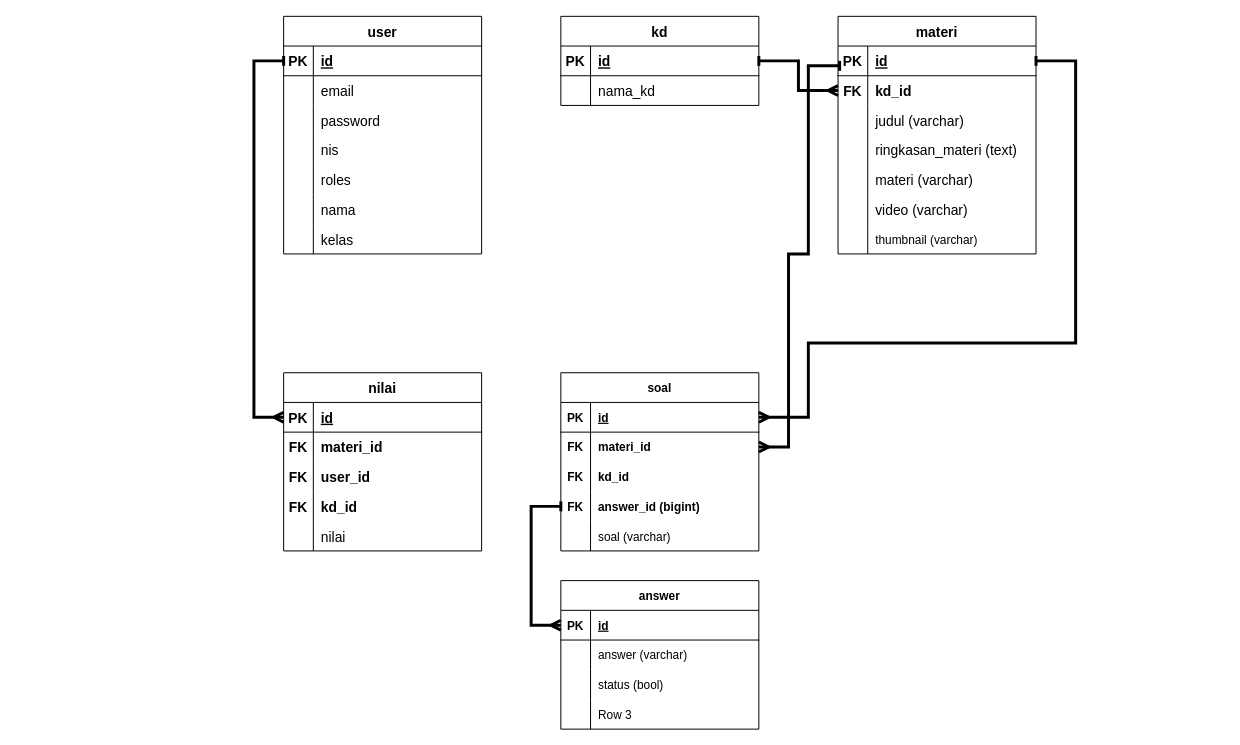
Above: Untitled Diagram.drawio in muhaziz28/Muhaziz28 (draw.io), before the change. Source tidied: cells renumbered, new cells numbered last; positions are measured from the earlier drawing's top-left corner, leaving out a move shared by most shapes. Both pictures are drawn from the tidied source at 99%, with x=0, y=0 at pixel (253, 16).
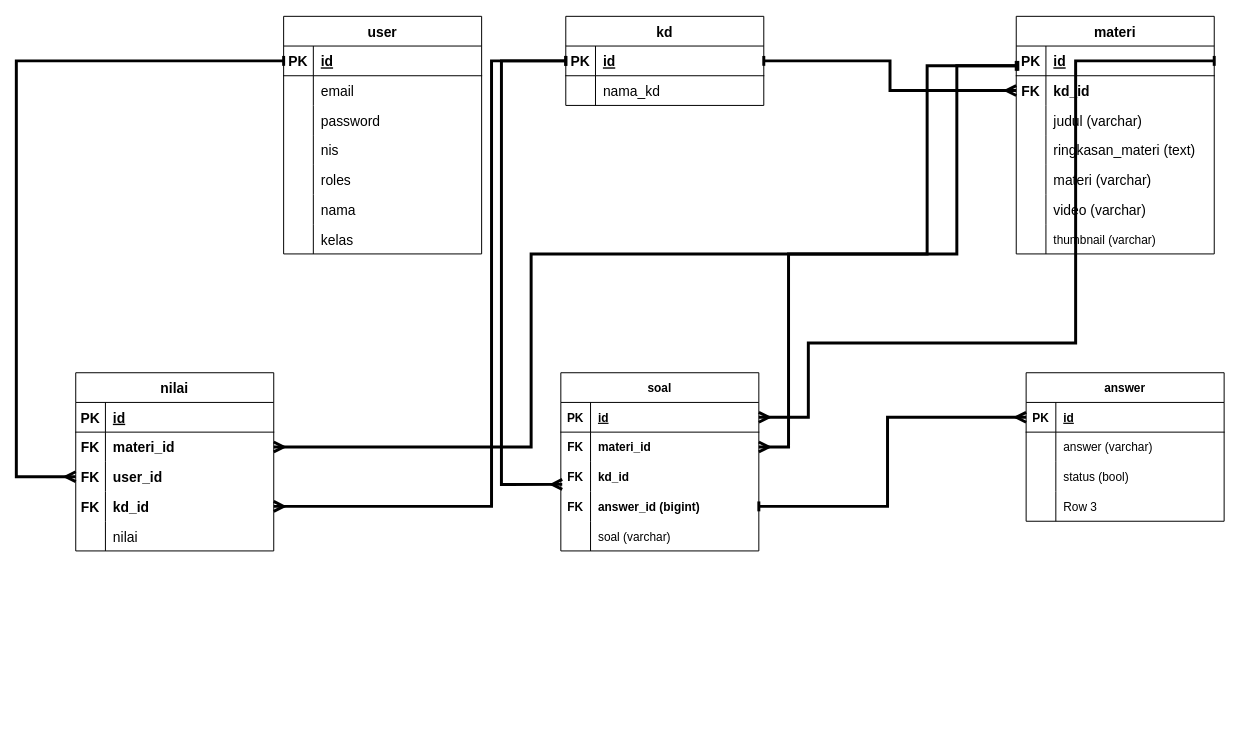
After the change.

The change refers to these unchanged cells:
```xml
<mxCell id="3" style="shape=partialRectangle;fillColor=none;top=0;left=0;bottom=1;right=0;points=[[0,0.5],[1,0.5]];portConstraint=eastwest;fontSize=14;" parent="2" vertex="1">
  <mxGeometry y="30" width="200" height="30" as="geometry" />
</mxCell>
<mxCell id="25" style="shape=partialRectangle;fillColor=none;top=0;left=0;bottom=1;right=0;points=[[0,0.5],[1,0.5]];portConstraint=eastwest;fontSize=14;" parent="24" vertex="1">
  <mxGeometry y="30" width="200" height="30" as="geometry" />
</mxCell>
<mxCell id="32" style="shape=partialRectangle;fillColor=none;top=0;left=0;bottom=1;right=0;points=[[0,0.5],[1,0.5]];portConstraint=eastwest;fontSize=14;" parent="31" vertex="1">
  <mxGeometry y="30" width="200" height="30" as="geometry" />
</mxCell>
<mxCell id="54" style="shape=partialRectangle;fillColor=none;top=0;left=0;bottom=1;right=0;points=[[0,0.5],[1,0.5]];portConstraint=eastwest;fontSize=14;" parent="53" vertex="1">
  <mxGeometry y="30" width="200" height="30" as="geometry" />
</mxCell>
<mxCell id="57" style="shape=partialRectangle;fillColor=none;top=0;left=0;bottom=0;right=0;points=[[0,0.5],[1,0.5]];portConstraint=eastwest;fontSize=14;" parent="53" vertex="1">
  <mxGeometry y="60" width="200" height="30" as="geometry" />
</mxCell>
<mxCell id="60" style="shape=partialRectangle;fillColor=none;top=0;left=0;bottom=0;right=0;points=[[0,0.5],[1,0.5]];portConstraint=eastwest;fontSize=14;" parent="53" vertex="1">
  <mxGeometry y="90" width="200" height="30" as="geometry" />
</mxCell>
<mxCell id="63" style="shape=partialRectangle;fillColor=none;top=0;left=0;bottom=0;right=0;points=[[0,0.5],[1,0.5]];portConstraint=eastwest;fontSize=14;" parent="53" vertex="1">
  <mxGeometry y="120" width="200" height="30" as="geometry" />
</mxCell>
<mxCell id="73" style="shape=tableRow;horizontal=0;startSize=0;swimlaneHead=0;swimlaneBody=0;fillColor=none;points=[[0,0.5],[1,0.5]];portConstraint=eastwest;top=0;left=0;right=0;bottom=0;" parent="69" vertex="1">
  <mxGeometry y="60" width="200" height="30" as="geometry" />
</mxCell>
<mxCell id="76" style="shape=tableRow;horizontal=0;startSize=0;swimlaneHead=0;swimlaneBody=0;fillColor=none;points=[[0,0.5],[1,0.5]];portConstraint=eastwest;top=0;left=0;right=0;bottom=0;fontStyle=1;" parent="69" vertex="1">
  <mxGeometry y="90" width="200" height="30" as="geometry" />
</mxCell>
<mxCell id="79" style="shape=tableRow;horizontal=0;startSize=0;swimlaneHead=0;swimlaneBody=0;fillColor=none;points=[[0,0.5],[1,0.5]];portConstraint=eastwest;top=0;left=0;right=0;bottom=0;fontStyle=0;" parent="69" vertex="1">
  <mxGeometry y="120" width="200" height="30" as="geometry" />
</mxCell>
<mxCell id="86" style="shape=tableRow;horizontal=0;startSize=0;swimlaneHead=0;swimlaneBody=0;fillColor=none;points=[[0,0.5],[1,0.5]];portConstraint=eastwest;top=0;left=0;right=0;bottom=1;" parent="85" vertex="1">
  <mxGeometry y="30" width="200" height="30" as="geometry" />
</mxCell>
```

What changed in the source:
```diff
@@
     <mxCell id="24" value="kd" style="shape=table;startSize=30;childLayout=tableLayout;rowLines=0;fontStyle=1;align=center;fontSize=14;" parent="1" vertex="1">
-      <mxGeometry x="310" width="200" height="90" as="geometry" />
+      <mxGeometry x="315" width="200" height="90" as="geometry" />
     </mxCell>
@@
     <mxCell id="31" value="materi" style="shape=table;startSize=30;childLayout=tableLayout;rowLines=0;fontStyle=1;align=center;fontSize=14;" parent="1" vertex="1">
-      <mxGeometry x="590" width="200" height="240" as="geometry" />
+      <mxGeometry x="770" width="200" height="240" as="geometry" />
     </mxCell>
@@
     <mxCell id="53" value="nilai" style="shape=table;startSize=30;childLayout=tableLayout;rowLines=0;fontStyle=1;align=center;fontSize=14;" parent="1" vertex="1">
-      <mxGeometry x="30" y="360" width="200" height="180" as="geometry" />
+      <mxGeometry x="-180" y="360" width="200" height="180" as="geometry" />
     </mxCell>
@@
     <mxCell id="85" value="answer" style="shape=table;startSize=30;childLayout=tableLayout;rowLines=0;fontStyle=1;align=center;" parent="1" vertex="1">
-      <mxGeometry x="310" y="570" width="200" height="150" as="geometry" />
+      <mxGeometry x="780" y="360" width="200" height="150" as="geometry" />
     </mxCell>
@@
-    <mxCell id="100" style="edgeStyle=orthogonalEdgeStyle;fontSize=12;html=1;endArrow=ERmany;startArrow=baseDash;rounded=0;strokeWidth=3;endFill=0;startFill=0;exitX=0;exitY=0.5;exitDx=0;exitDy=0;" parent="1" edge="1" source="79">
+    <mxCell id="100" style="edgeStyle=orthogonalEdgeStyle;fontSize=12;html=1;endArrow=ERmany;startArrow=baseDash;rounded=0;strokeWidth=3;endFill=0;startFill=0;exitX=1;exitY=0.5;exitDx=0;exitDy=0;entryX=0;entryY=0.5;entryDx=0;entryDy=0;" parent="1" edge="1" source="79" target="86">
       <mxGeometry relative="1" as="geometry">
-        <mxPoint x="310" y="615" as="targetPoint" />
         <Array as="points">
-          <mxPoint x="280" y="495" />
-          <mxPoint x="280" y="615" />
+          <mxPoint x="640" y="495" />
+          <mxPoint x="640" y="405" />
         </Array>
       </mxGeometry>
     </mxCell>
     <mxCell id="101" style="edgeStyle=orthogonalEdgeStyle;fontSize=12;html=1;endArrow=ERmany;startArrow=baseDash;rounded=0;strokeWidth=3;endFill=0;startFill=0;exitX=0.008;exitY=0.667;exitDx=0;exitDy=0;exitPerimeter=0;entryX=1;entryY=0.5;entryDx=0;entryDy=0;" parent="1" edge="1" source="32" target="73">
       <mxGeometry relative="1" as="geometry">
         <Array as="points">
-          <mxPoint x="560" y="50" />
-          <mxPoint x="560" y="240" />
+          <mxPoint x="680" y="50" />
+          <mxPoint x="680" y="240" />
           <mxPoint x="540" y="240" />
           <mxPoint x="540" y="435" />
         </Array>
       </mxGeometry>
     </mxCell>
-    <mxCell id="102" style="edgeStyle=orthogonalEdgeStyle;fontSize=12;html=1;endArrow=ERmany;startArrow=baseDash;rounded=0;strokeWidth=3;endFill=0;startFill=0;exitX=0;exitY=0.5;exitDx=0;exitDy=0;entryX=0;entryY=0.5;entryDx=0;entryDy=0;" parent="1" edge="1" source="3" target="54">
+    <mxCell id="102" style="edgeStyle=orthogonalEdgeStyle;fontSize=12;html=1;endArrow=ERmany;startArrow=baseDash;rounded=0;strokeWidth=3;endFill=0;startFill=0;exitX=0;exitY=0.5;exitDx=0;exitDy=0;entryX=0;entryY=0.5;entryDx=0;entryDy=0;" parent="1" edge="1" source="3" target="60">
       <mxGeometry relative="1" as="geometry">
         <Array as="points">
-          <mxPoint y="45" />
-          <mxPoint y="405" />
+          <mxPoint x="-240" y="45" />
+          <mxPoint x="-240" y="465" />
         </Array>
       </mxGeometry>
     </mxCell>
+    <mxCell id="103" style="edgeStyle=orthogonalEdgeStyle;fontSize=12;html=1;endArrow=ERmany;startArrow=baseDash;rounded=0;strokeWidth=3;endFill=0;startFill=0;entryX=1;entryY=0.5;entryDx=0;entryDy=0;" parent="1" edge="1" target="57">
+      <mxGeometry relative="1" as="geometry">
+        <mxPoint x="770" y="50" as="sourcePoint" />
+        <Array as="points">
+          <mxPoint x="710" y="50" />
+          <mxPoint x="710" y="240" />
+          <mxPoint x="280" y="240" />
+          <mxPoint x="280" y="435" />
+        </Array>
+      </mxGeometry>
+    </mxCell>
+    <mxCell id="104" style="edgeStyle=orthogonalEdgeStyle;fontSize=12;html=1;endArrow=ERmany;startArrow=baseDash;rounded=0;strokeWidth=3;endFill=0;startFill=0;entryX=1;entryY=0.5;entryDx=0;entryDy=0;exitX=0;exitY=0.5;exitDx=0;exitDy=0;" parent="1" edge="1" source="25" target="63">
+      <mxGeometry relative="1" as="geometry">
+        <Array as="points">
+          <mxPoint x="240" y="45" />
+          <mxPoint x="240" y="495" />
+        </Array>
+      </mxGeometry>
+    </mxCell>
+    <mxCell id="105" style="edgeStyle=orthogonalEdgeStyle;fontSize=12;html=1;endArrow=ERmany;startArrow=baseDash;rounded=0;strokeWidth=3;endFill=0;startFill=0;entryX=0.007;entryY=0.759;entryDx=0;entryDy=0;entryPerimeter=0;exitX=0;exitY=0.5;exitDx=0;exitDy=0;" parent="1" edge="1" source="25" target="76">
+      <mxGeometry relative="1" as="geometry">
+        <Array as="points">
+          <mxPoint x="250" y="45" />
+          <mxPoint x="250" y="473" />
+        </Array>
+      </mxGeometry>
+    </mxCell>
```
